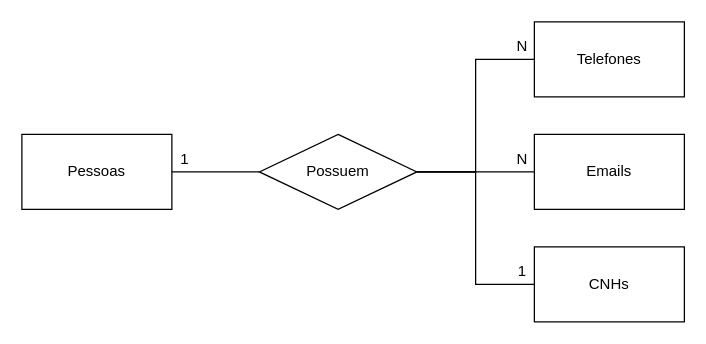
This is page "Conceitual" (1 of 2) of exercicios/1.1-exercicio-pessoas/exercicio-1.1.drawio from Viniart/SENAI_1BD, a draw.io file, before an edit. Source tidied: cells renumbered, new cells numbered last; positions are measured from the earlier drawing's top-left corner, leaving out a move shared by most shapes. Both pictures are drawn from the tidied source at 125%, with x=0, y=0 at pixel (21, 21).
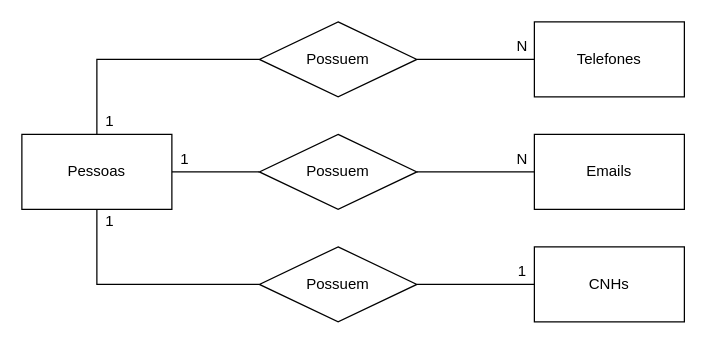
The same page after the edit.

Unchanged cells that the change refers to:
```xml
<mxCell id="3" value="Pessoas" style="rounded=0;whiteSpace=wrap;html=1;" parent="1" vertex="1">
  <mxGeometry y="90" width="120" height="60" as="geometry" />
</mxCell>
<mxCell id="7" value="Possuem" style="rhombus;whiteSpace=wrap;html=1;" parent="1" vertex="1">
  <mxGeometry x="190" y="90" width="126" height="60" as="geometry" />
</mxCell>
<mxCell id="9" value="Telefones" style="rounded=0;whiteSpace=wrap;html=1;" parent="1" vertex="1">
  <mxGeometry x="410" width="120" height="60" as="geometry" />
</mxCell>
<mxCell id="10" value="CNHs" style="rounded=0;whiteSpace=wrap;html=1;" parent="1" vertex="1">
  <mxGeometry x="410" y="180" width="120" height="60" as="geometry" />
</mxCell>
```

Change to the diagram source:
```diff
@@
-    <mxCell id="4" style="edgeStyle=orthogonalEdgeStyle;rounded=0;jettySize=auto;html=1;entryX=0;entryY=0.5;entryDx=0;entryDy=0;endArrow=none;endFill=0;" parent="1" edge="1" source="7" target="9">
+    <mxCell id="4" style="edgeStyle=orthogonalEdgeStyle;rounded=0;jettySize=auto;html=1;entryX=0;entryY=0.5;entryDx=0;entryDy=0;endArrow=none;endFill=0;exitX=1;exitY=0.5;exitDx=0;exitDy=0;" parent="1" edge="1" source="18" target="9">
       <mxGeometry relative="1" as="geometry" />
     </mxCell>
@@
-    <mxCell id="6" style="edgeStyle=orthogonalEdgeStyle;rounded=0;jettySize=auto;html=1;entryX=0;entryY=0.5;entryDx=0;entryDy=0;endArrow=none;endFill=0;" parent="1" edge="1" source="7" target="10">
+    <mxCell id="6" style="edgeStyle=orthogonalEdgeStyle;rounded=0;jettySize=auto;html=1;entryX=0;entryY=0.5;entryDx=0;entryDy=0;endArrow=none;endFill=0;exitX=1;exitY=0.5;exitDx=0;exitDy=0;" parent="1" edge="1" source="16" target="10">
       <mxGeometry relative="1" as="geometry" />
     </mxCell>
@@
+    <mxCell id="15" style="edgeStyle=orthogonalEdgeStyle;rounded=0;jettySize=auto;html=1;entryX=0.5;entryY=1;entryDx=0;entryDy=0;endArrow=none;endFill=0;" parent="1" edge="1" source="16" target="3">
+      <mxGeometry relative="1" as="geometry" />
+    </mxCell>
+    <mxCell id="16" value="Possuem" style="rhombus;whiteSpace=wrap;html=1;" parent="1" vertex="1">
+      <mxGeometry x="190" y="180" width="126" height="60" as="geometry" />
+    </mxCell>
+    <mxCell id="17" style="edgeStyle=orthogonalEdgeStyle;rounded=0;jettySize=auto;html=1;entryX=0.5;entryY=0;entryDx=0;entryDy=0;endArrow=none;endFill=0;" parent="1" edge="1" source="18" target="3">
+      <mxGeometry relative="1" as="geometry" />
+    </mxCell>
+    <mxCell id="18" value="Possuem" style="rhombus;whiteSpace=wrap;html=1;" parent="1" vertex="1">
+      <mxGeometry x="190" width="126" height="60" as="geometry" />
+    </mxCell>
+    <mxCell id="19" value="1" style="text;html=1;align=center;verticalAlign=middle;" parent="1" vertex="1">
+      <mxGeometry x="60" y="70" width="20" height="20" as="geometry" />
+    </mxCell>
+    <mxCell id="20" value="1" style="text;html=1;align=center;verticalAlign=middle;" parent="1" vertex="1">
+      <mxGeometry x="60" y="150" width="20" height="20" as="geometry" />
+    </mxCell>
```
